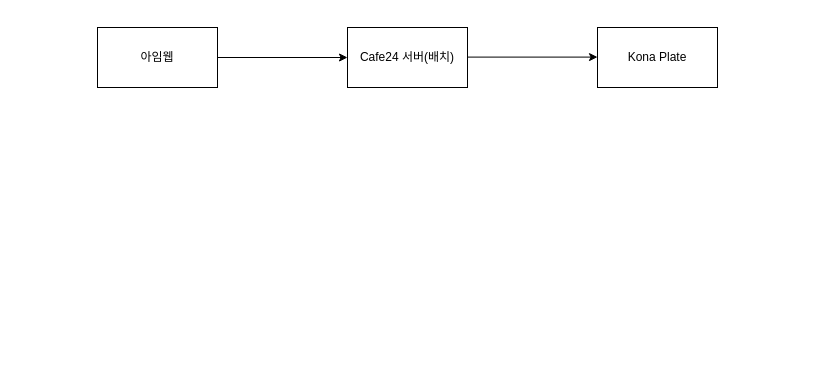
Earlier version of the draw.io diagram card_flow.drawio (jaero0725/draw_io). Source tidied: cells renumbered, new cells numbered last; positions are measured from the earlier drawing's top-left corner, leaving out a move shared by most shapes. Both pictures are drawn from the tidied source at 100%, with x=0, y=0 at pixel (97, 27).
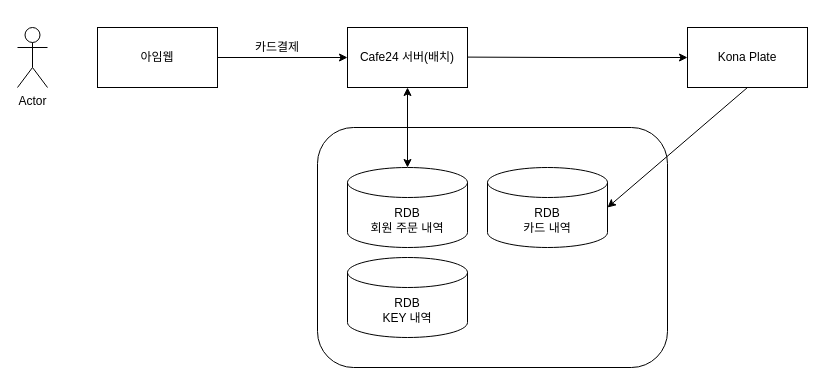
The same page after the edit.

Change to the diagram source:
```diff
@@
 <mxGraphModel>
   <root>
     <mxCell id="0" />
     <mxCell id="1" parent="0" />
+    <mxCell id="7" style="rounded=1;whiteSpace=wrap;html=1;" parent="1" vertex="1">
+      <mxGeometry x="220" y="100" width="350" height="240" as="geometry" />
+    </mxCell>
     <mxCell id="2" style="edgeStyle=orthogonalEdgeStyle;rounded=0;jettySize=auto;html=1;entryX=0;entryY=0.5;entryDx=0;entryDy=0;" parent="1" edge="1" source="3" target="4">
       <mxGeometry relative="1" as="geometry" />
     </mxCell>
     <mxCell id="3" value="아임웹" style="rounded=0;whiteSpace=wrap;html=1;" parent="1" vertex="1">
       <mxGeometry width="120" height="60" as="geometry" />
     </mxCell>
     <mxCell id="4" value="Cafe24 서버(배치)" style="rounded=0;whiteSpace=wrap;html=1;" parent="1" vertex="1">
       <mxGeometry x="250" width="120" height="60" as="geometry" />
     </mxCell>
     <mxCell id="5" value="Kona Plate" style="rounded=0;whiteSpace=wrap;html=1;" parent="1" vertex="1">
-      <mxGeometry x="500" width="120" height="60" as="geometry" />
+      <mxGeometry x="590" width="120" height="60" as="geometry" />
     </mxCell>
-    <mxCell id="6" style="edgeStyle=orthogonalEdgeStyle;rounded=0;orthogonalLoop=1;jettySize=auto;html=1;entryX=0;entryY=0.5;entryDx=0;entryDy=0;" parent="1" edge="1">
+    <mxCell id="6" style="edgeStyle=orthogonalEdgeStyle;rounded=0;jettySize=auto;html=1;entryX=0;entryY=0.5;entryDx=0;entryDy=0;" parent="1" edge="1" target="5">
       <mxGeometry relative="1" as="geometry">
         <mxPoint x="370" y="29.6" as="sourcePoint" />
-        <mxPoint x="500" y="29.6" as="targetPoint" />
       </mxGeometry>
     </mxCell>
+    <mxCell id="8" value="Actor" style="shape=umlActor;verticalLabelPosition=bottom;verticalAlign=top;html=1;" parent="1" vertex="1">
+      <mxGeometry x="-80" width="30" height="60" as="geometry" />
+    </mxCell>
+    <mxCell id="9" value="&lt;div&gt;RDB&lt;/div&gt;회원 주문 내역" style="shape=cylinder3;whiteSpace=wrap;html=1;boundedLbl=1;backgroundOutline=1;size=15;" parent="1" vertex="1">
+      <mxGeometry x="250" y="140" width="120" height="80" as="geometry" />
+    </mxCell>
+    <mxCell id="10" style="endArrow=classic;startArrow=classic;html=1;rounded=0;exitX=0.5;exitY=0;exitDx=0;exitDy=0;exitPerimeter=0;entryX=0.5;entryY=1;entryDx=0;entryDy=0;" parent="1" edge="1" source="9" target="4">
+      <mxGeometry relative="1" as="geometry" />
+    </mxCell>
+    <mxCell id="11" value="&lt;div&gt;RDB&lt;/div&gt;KEY 내역" style="shape=cylinder3;whiteSpace=wrap;html=1;boundedLbl=1;backgroundOutline=1;size=15;" parent="1" vertex="1">
+      <mxGeometry x="250" y="230" width="120" height="80" as="geometry" />
+    </mxCell>
+    <mxCell id="12" value="카드결제" style="rounded=0;whiteSpace=wrap;html=1;strokeColor=none;fillColor=none;" parent="1" vertex="1">
+      <mxGeometry x="140" y="-10" width="80" height="60" as="geometry" />
+    </mxCell>
+    <mxCell id="13" value="&lt;div&gt;RDB&lt;/div&gt;카드 내역" style="shape=cylinder3;whiteSpace=wrap;html=1;boundedLbl=1;backgroundOutline=1;size=15;" parent="1" vertex="1">
+      <mxGeometry x="390" y="140" width="120" height="80" as="geometry" />
+    </mxCell>
+    <mxCell id="14" style="endArrow=classic;html=1;rounded=0;exitX=0.5;exitY=1;exitDx=0;exitDy=0;entryX=1;entryY=0.5;entryDx=0;entryDy=0;entryPerimeter=0;" parent="1" edge="1" source="5" target="13">
+      <mxGeometry relative="1" as="geometry" />
+    </mxCell>
   </root>
 </mxGraphModel>
```
